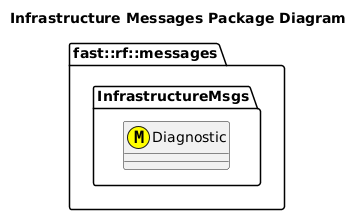
fastrobotics/robot_framework keeps this PlantUML diagram as msgs/InfrastructureMsgs/doc/puml/InfrastructureMessagesClassDiagram.png. Above is the earlier version. The source it was exported from:
```plantuml
@startuml
title Infrastructure Messages Package Diagram

namespace fast::rf::messages {
  namespace InfrastructureMsgs  {
    class Diagnostic <<(M,#FFFF00)>> {

    }
  }
}
@enduml
```
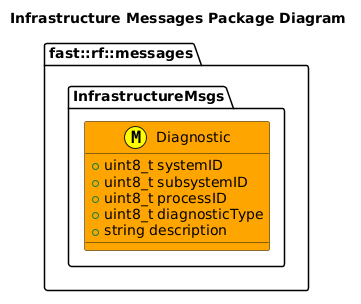
The same file after the commit.

Diff of the diagram source:
```diff
@@ -3,7 +3,13 @@
 
 namespace fast::rf::messages {
   namespace InfrastructureMsgs  {
-    class Diagnostic <<(M,#FFFF00)>> {
+    class Diagnostic <<(M,#FFFF00)>> #Orange {
+      +uint8_t systemID
+      +uint8_t subsystemID
+      +uint8_t processID
+      +uint8_t diagnosticType
+      +string description
+
 
     }
   }
```
